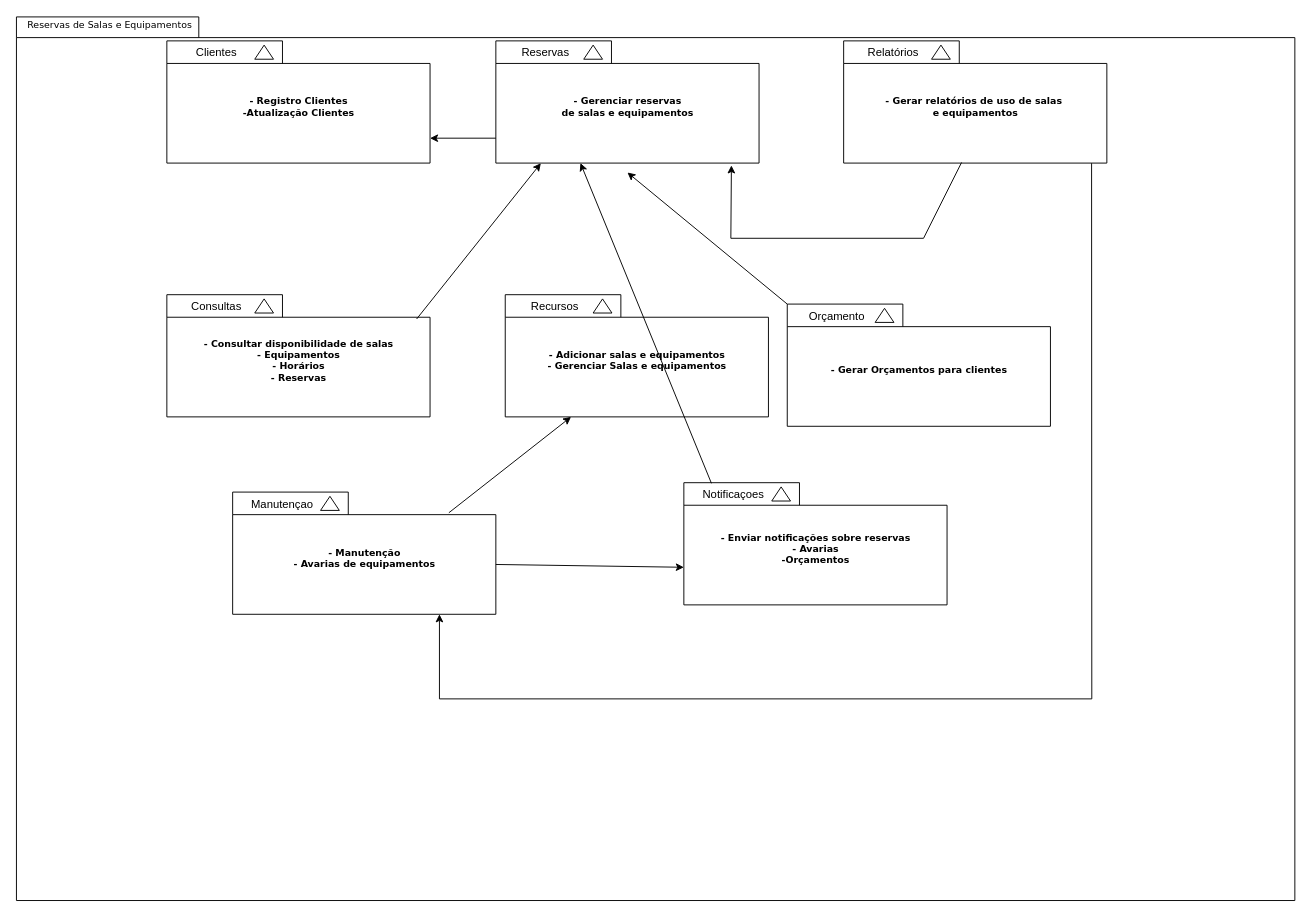
The draw.io diagram Diagrama sem nome.drawio in ic3K1ng/Rooms-Equipments, before the edit. Source tidied: cells renumbered, new cells numbered last; positions are measured from the earlier drawing's top-left corner, leaving out a move shared by most shapes. Both pictures are drawn from the tidied source at 94%, with x=0, y=0 at pixel (16, 16).
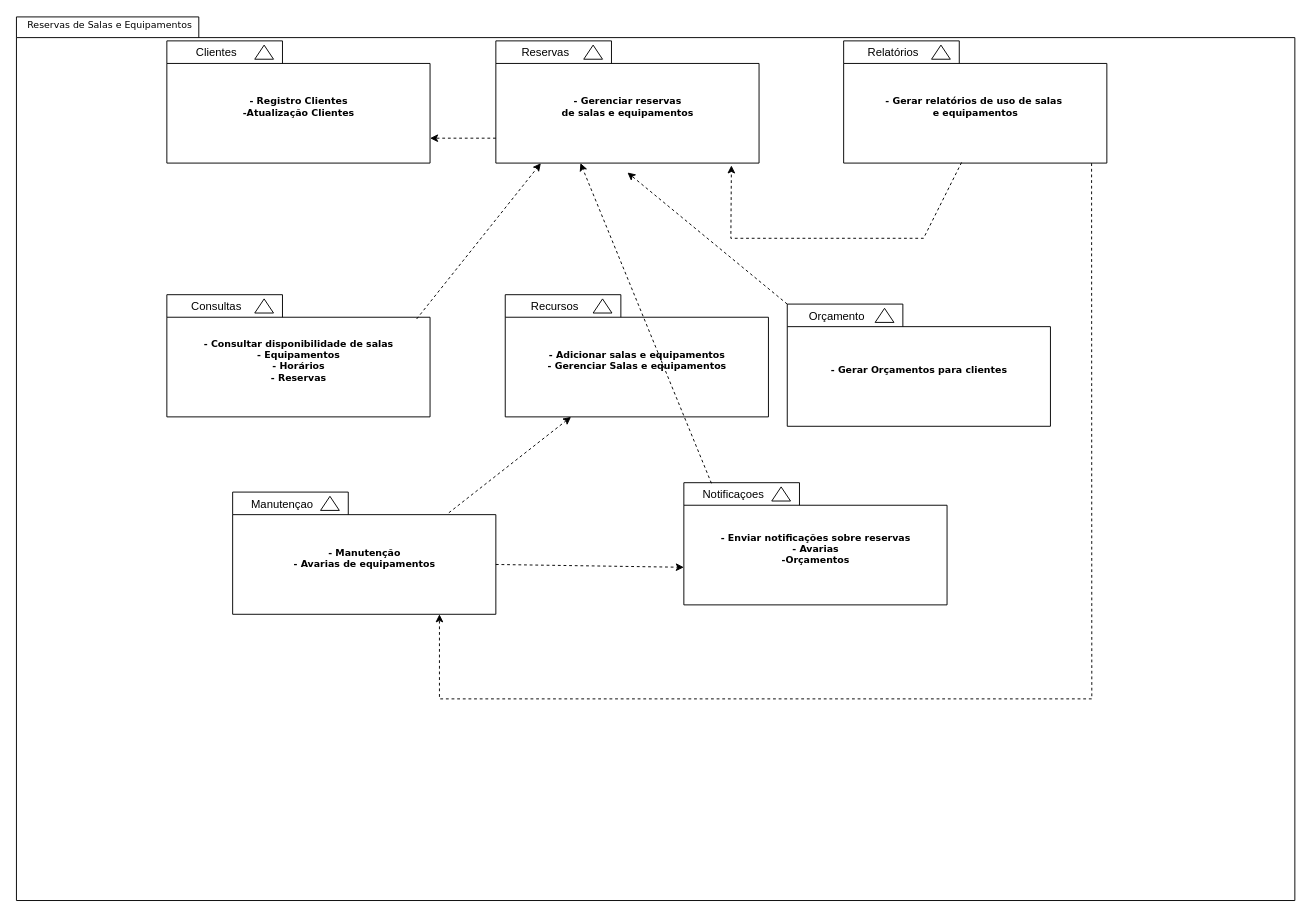
Above is the later version.

Unchanged cells that the change refers to:
```xml
<mxCell id="4" value="- Registro Clientes&lt;div&gt;-Atualização Clientes&lt;/div&gt;" style="shape=folder;fontStyle=1;spacingTop=10;tabWidth=123;tabHeight=24;tabPosition=left;html=1;rounded=0;shadow=0;comic=0;labelBackgroundColor=none;strokeWidth=1;fontFamily=Verdana;fontSize=10;align=center;" parent="3" vertex="1">
  <mxGeometry width="280" height="130" as="geometry" />
</mxCell>
<mxCell id="8" style="group;" parent="1" vertex="1">
  <mxGeometry x="230" y="506" width="280" height="130" as="geometry" />
</mxCell>
<mxCell id="9" value="- Manutenção&lt;div&gt;- Avarias de equipamentos&lt;/div&gt;" style="shape=folder;fontStyle=1;spacingTop=10;tabWidth=123;tabHeight=24;tabPosition=left;html=1;rounded=0;shadow=0;comic=0;labelBackgroundColor=none;strokeWidth=1;fontFamily=Verdana;fontSize=10;align=center;" parent="8" vertex="1">
  <mxGeometry width="280" height="130" as="geometry" />
</mxCell>
<mxCell id="16" value="Notificaçoes" style="text;html=1;align=center;verticalAlign=middle;whiteSpace=wrap;rounded=0;" parent="13" vertex="1">
  <mxGeometry x="22.5" width="60" height="25.5" as="geometry" />
</mxCell>
<mxCell id="18" value="- Consultar disponibilidade de salas&lt;div&gt;- Equipamentos&lt;/div&gt;&lt;div&gt;- Horários&lt;/div&gt;&lt;div&gt;- Reservas&lt;/div&gt;" style="shape=folder;fontStyle=1;spacingTop=10;tabWidth=123;tabHeight=24;tabPosition=left;html=1;rounded=0;shadow=0;comic=0;labelBackgroundColor=none;strokeWidth=1;fontFamily=Verdana;fontSize=10;align=center;" parent="17" vertex="1">
  <mxGeometry width="280" height="130" as="geometry" />
</mxCell>
<mxCell id="26" value="- Gerenciar reservas&lt;div&gt;de salas e equipamentos&lt;/div&gt;" style="shape=folder;fontStyle=1;spacingTop=10;tabWidth=123;tabHeight=24;tabPosition=left;html=1;rounded=0;shadow=0;comic=0;labelBackgroundColor=none;strokeWidth=1;fontFamily=Verdana;fontSize=10;align=center;" parent="25" vertex="1">
  <mxGeometry width="280" height="130" as="geometry" />
</mxCell>
<mxCell id="30" value="- Gerar relatórios de uso de salas&amp;nbsp;&lt;div&gt;e equipamentos&lt;/div&gt;" style="shape=folder;fontStyle=1;spacingTop=10;tabWidth=123;tabHeight=24;tabPosition=left;html=1;rounded=0;shadow=0;comic=0;labelBackgroundColor=none;strokeWidth=1;fontFamily=Verdana;fontSize=10;align=center;" parent="29" vertex="1">
  <mxGeometry width="280" height="130" as="geometry" />
</mxCell>
<mxCell id="39" value="- Gerar Orçamentos para clientes" style="shape=folder;fontStyle=1;spacingTop=10;tabWidth=123;tabHeight=24;tabPosition=left;html=1;rounded=0;shadow=0;comic=0;labelBackgroundColor=none;strokeWidth=1;fontFamily=Verdana;fontSize=10;align=center;" parent="38" vertex="1">
  <mxGeometry width="280" height="130" as="geometry" />
</mxCell>
```

The edit, as a diff of the source:
```diff
@@
-    <mxCell id="12" style="endArrow=classic;html=1;rounded=0;" parent="8" edge="1">
+    <mxCell id="12" style="endArrow=classic;html=1;rounded=0;dashed=1;" parent="8" edge="1">
       <mxGeometry relative="1" as="geometry">
         <mxPoint x="230" y="22" as="sourcePoint" />
         <mxPoint x="360" y="-80" as="targetPoint" />
       </mxGeometry>
     </mxCell>
@@
-    <mxCell id="33" style="endArrow=classic;html=1;rounded=0;entryX=0.171;entryY=1.001;entryDx=0;entryDy=0;entryPerimeter=0;exitX=0.949;exitY=0.199;exitDx=0;exitDy=0;exitPerimeter=0;" parent="1" edge="1" source="18" target="26">
+    <mxCell id="33" style="endArrow=classic;html=1;rounded=0;entryX=0.171;entryY=1.001;entryDx=0;entryDy=0;entryPerimeter=0;exitX=0.949;exitY=0.199;exitDx=0;exitDy=0;exitPerimeter=0;dashed=1;" parent="1" edge="1" source="18" target="26">
       <mxGeometry relative="1" as="geometry" />
     </mxCell>
-    <mxCell id="34" style="endArrow=classic;html=1;rounded=0;exitX=0;exitY=0;exitDx=0;exitDy=103.5;exitPerimeter=0;entryX=0;entryY=0;entryDx=280;entryDy=103.5;entryPerimeter=0;" parent="1" edge="1" source="26" target="4">
+    <mxCell id="34" style="endArrow=classic;html=1;rounded=0;exitX=0;exitY=0;exitDx=0;exitDy=103.5;exitPerimeter=0;entryX=0;entryY=0;entryDx=280;entryDy=103.5;entryPerimeter=0;dashed=1;" parent="1" edge="1" source="26" target="4">
       <mxGeometry relative="1" as="geometry" />
     </mxCell>
-    <mxCell id="35" style="endArrow=classic;html=1;rounded=0;exitX=0;exitY=0;exitDx=280;exitDy=77;exitPerimeter=0;" parent="1" edge="1" source="9">
+    <mxCell id="35" style="endArrow=classic;html=1;rounded=0;exitX=0;exitY=0;exitDx=280;exitDy=77;exitPerimeter=0;dashed=1;" parent="1" edge="1" source="9">
       <mxGeometry relative="1" as="geometry">
         <mxPoint x="710" y="586" as="targetPoint" />
       </mxGeometry>
     </mxCell>
-    <mxCell id="36" style="endArrow=classic;html=1;rounded=0;exitX=0.448;exitY=0.995;exitDx=0;exitDy=0;exitPerimeter=0;entryX=0.895;entryY=1.019;entryDx=0;entryDy=0;entryPerimeter=0;" parent="1" edge="1" source="30" target="26">
+    <mxCell id="36" style="endArrow=classic;html=1;rounded=0;exitX=0.448;exitY=0.995;exitDx=0;exitDy=0;exitPerimeter=0;entryX=0.895;entryY=1.019;entryDx=0;entryDy=0;entryPerimeter=0;dashed=1;" parent="1" edge="1" source="30" target="26">
       <mxGeometry relative="1" as="geometry">
         <Array as="points">
           <mxPoint x="965" y="236" />
           <mxPoint x="760" y="236" />
         </Array>
       </mxGeometry>
     </mxCell>
-    <mxCell id="37" style="endArrow=classic;html=1;rounded=0;exitX=0.942;exitY=1.001;exitDx=0;exitDy=0;exitPerimeter=0;" parent="1" edge="1" source="30">
+    <mxCell id="37" style="endArrow=classic;html=1;rounded=0;exitX=0.942;exitY=1.001;exitDx=0;exitDy=0;exitPerimeter=0;dashed=1;" parent="1" edge="1" source="30">
       <mxGeometry relative="1" as="geometry">
         <mxPoint x="450" y="636" as="targetPoint" />
         <Array as="points">
           <mxPoint x="1144" y="726" />
           <mxPoint x="450" y="726" />
         </Array>
       </mxGeometry>
     </mxCell>
@@
-    <mxCell id="42" style="endArrow=classic;html=1;rounded=0;exitX=0;exitY=0;exitDx=0;exitDy=0;exitPerimeter=0;" parent="1" edge="1" source="39">
+    <mxCell id="42" style="endArrow=classic;html=1;rounded=0;exitX=0;exitY=0;exitDx=0;exitDy=0;exitPerimeter=0;dashed=1;" parent="1" edge="1" source="39">
       <mxGeometry relative="1" as="geometry">
         <mxPoint x="650" y="166" as="targetPoint" />
       </mxGeometry>
     </mxCell>
-    <mxCell id="43" style="endArrow=classic;html=1;rounded=0;exitX=0.114;exitY=0.025;exitDx=0;exitDy=0;exitPerimeter=0;" parent="1" edge="1" source="16">
+    <mxCell id="43" style="endArrow=classic;html=1;rounded=0;exitX=0.114;exitY=0.025;exitDx=0;exitDy=0;exitPerimeter=0;dashed=1;" parent="1" edge="1" source="16">
       <mxGeometry relative="1" as="geometry">
         <mxPoint x="600" y="156" as="targetPoint" />
       </mxGeometry>
     </mxCell>
```
